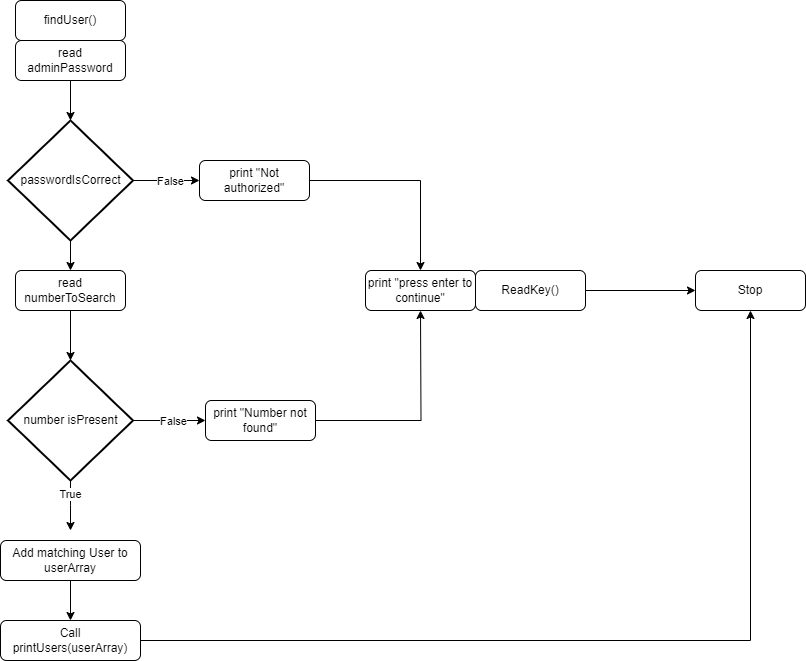
Above: Diagrams/findUser.drawio.png in stoffer123/GF2_Projekt (draw.io), before the change. Source tidied: cells renumbered, new cells last; positions are measured from the earlier drawing's top-left corner, leaving out a move shared by most shapes.
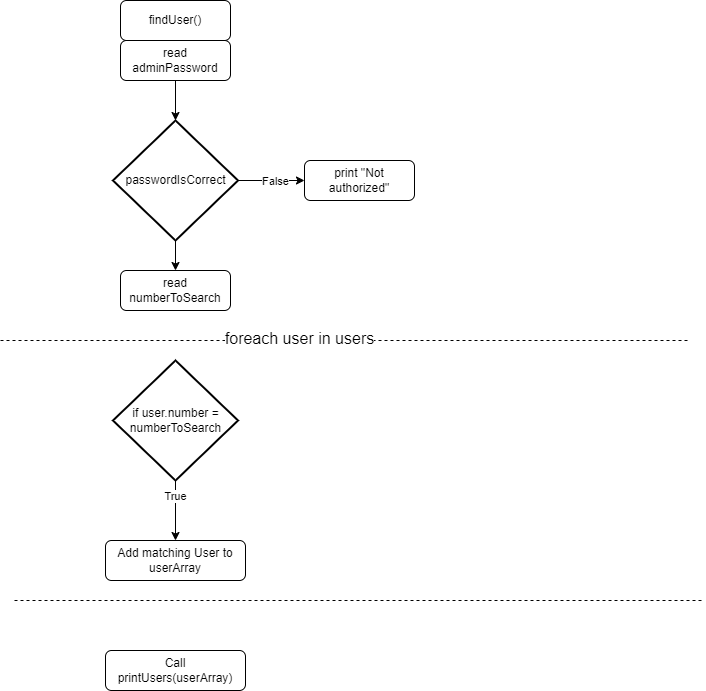
After the change.

What changed in the source:
```diff
@@ -23,66 +23,41 @@
     <mxCell id="8" style="edgeStyle=orthogonalEdgeStyle;rounded=0;jettySize=auto;html=1;entryX=0.5;entryY=0;entryDx=0;entryDy=0;entryPerimeter=0;" parent="1" edge="1" source="3" target="7">
       <mxGeometry relative="1" as="geometry" />
     </mxCell>
-    <mxCell id="9" style="edgeStyle=orthogonalEdgeStyle;rounded=0;jettySize=auto;html=1;" parent="1" edge="1" source="10" target="12">
-      <mxGeometry relative="1" as="geometry" />
-    </mxCell>
     <mxCell id="10" value="print &quot;Not authorized&quot;" style="rounded=1;whiteSpace=wrap;html=1;" parent="1" vertex="1">
       <mxGeometry x="199" y="160" width="110" height="40" as="geometry" />
     </mxCell>
-    <mxCell id="11" style="edgeStyle=orthogonalEdgeStyle;rounded=0;jettySize=auto;html=1;" parent="1" edge="1" source="23" target="22">
-      <mxGeometry relative="1" as="geometry" />
-    </mxCell>
-    <mxCell id="12" value="print &quot;press enter to continue&quot;" style="rounded=1;whiteSpace=wrap;html=1;" parent="1" vertex="1">
-      <mxGeometry x="365" y="270" width="110" height="40" as="geometry" />
-    </mxCell>
     <mxCell id="13" value="read numberToSearch" style="rounded=1;whiteSpace=wrap;html=1;" parent="1" vertex="1">
       <mxGeometry x="15" y="270" width="110" height="40" as="geometry" />
     </mxCell>
-    <mxCell id="14" style="edgeStyle=orthogonalEdgeStyle;rounded=0;jettySize=auto;html=1;" parent="1" edge="1" source="16" target="19">
-      <mxGeometry relative="1" as="geometry" />
-    </mxCell>
-    <mxCell id="15" value="False" style="edgeLabel;html=1;align=center;verticalAlign=middle;" parent="14" vertex="1">
-      <mxGeometry x="0.1" relative="1" as="geometry" />
-    </mxCell>
-    <mxCell id="16" value="number isPresent" style="strokeWidth=2;html=1;shape=mxgraph.flowchart.decision;whiteSpace=wrap;" parent="1" vertex="1">
+    <mxCell id="16" value="if user.number = numberToSearch" style="strokeWidth=2;html=1;shape=mxgraph.flowchart.decision;whiteSpace=wrap;" parent="1" vertex="1">
       <mxGeometry x="7.5" y="360" width="125" height="120" as="geometry" />
     </mxCell>
-    <mxCell id="17" style="edgeStyle=orthogonalEdgeStyle;rounded=0;jettySize=auto;html=1;entryX=0.5;entryY=0;entryDx=0;entryDy=0;entryPerimeter=0;" parent="1" edge="1" source="13" target="16">
-      <mxGeometry relative="1" as="geometry" />
-    </mxCell>
-    <mxCell id="18" style="edgeStyle=orthogonalEdgeStyle;rounded=0;jettySize=auto;html=1;" parent="1" edge="1" source="19">
-      <mxGeometry relative="1" as="geometry">
-        <mxPoint x="420" y="310" as="targetPoint" />
-      </mxGeometry>
-    </mxCell>
-    <mxCell id="19" value="print &quot;Number not found&quot;" style="rounded=1;whiteSpace=wrap;html=1;" parent="1" vertex="1">
-      <mxGeometry x="205" y="400" width="110" height="40" as="geometry" />
-    </mxCell>
-    <mxCell id="20" style="edgeStyle=orthogonalEdgeStyle;rounded=0;jettySize=auto;html=1;entryX=0.5;entryY=0;entryDx=0;entryDy=0;entryPerimeter=0;" parent="1" edge="1" source="16">
-      <mxGeometry relative="1" as="geometry">
-        <mxPoint x="70" y="530" as="targetPoint" />
-      </mxGeometry>
+    <mxCell id="20" style="edgeStyle=orthogonalEdgeStyle;rounded=0;jettySize=auto;html=1;entryX=0.5;entryY=0;entryDx=0;entryDy=0;" parent="1" edge="1" source="16" target="25">
+      <mxGeometry relative="1" as="geometry" />
     </mxCell>
     <mxCell id="21" value="True" style="edgeLabel;html=1;align=center;verticalAlign=middle;" parent="20" vertex="1">
       <mxGeometry x="-0.49" y="-1" relative="1" as="geometry" />
     </mxCell>
-    <mxCell id="22" value="Stop" style="rounded=1;whiteSpace=wrap;html=1;" parent="1" vertex="1">
-      <mxGeometry x="695" y="270" width="110" height="40" as="geometry" />
-    </mxCell>
-    <mxCell id="23" value="ReadKey()" style="rounded=1;whiteSpace=wrap;html=1;" parent="1" vertex="1">
-      <mxGeometry x="475" y="270" width="110" height="40" as="geometry" />
-    </mxCell>
-    <mxCell id="24" style="edgeStyle=orthogonalEdgeStyle;rounded=0;jettySize=auto;html=1;entryX=0.5;entryY=0;entryDx=0;entryDy=0;" parent="1" edge="1" source="25" target="27">
-      <mxGeometry relative="1" as="geometry" />
-    </mxCell>
     <mxCell id="25" value="Add matching User to userArray" style="rounded=1;whiteSpace=wrap;html=1;" parent="1" vertex="1">
       <mxGeometry y="540" width="140" height="40" as="geometry" />
     </mxCell>
-    <mxCell id="26" style="edgeStyle=orthogonalEdgeStyle;rounded=0;jettySize=auto;html=1;entryX=0.5;entryY=1;entryDx=0;entryDy=0;" parent="1" edge="1" source="27" target="22">
-      <mxGeometry relative="1" as="geometry" />
-    </mxCell>
     <mxCell id="27" value="Call printUsers(userArray)" style="rounded=1;whiteSpace=wrap;html=1;" parent="1" vertex="1">
-      <mxGeometry y="620" width="140" height="40" as="geometry" />
+      <mxGeometry y="650" width="140" height="40" as="geometry" />
     </mxCell>
+    <mxCell id="28" style="endArrow=none;dashed=1;html=1;rounded=0;" parent="1" edge="1">
+      <mxGeometry relative="1" as="geometry">
+        <mxPoint x="-105" y="340" as="sourcePoint" />
+        <mxPoint x="585" y="340" as="targetPoint" />
+      </mxGeometry>
+    </mxCell>
+    <mxCell id="29" value="&lt;font style=&quot;font-size: 16px;&quot;&gt;foreach user in users&lt;/font&gt;" style="edgeLabel;html=1;align=center;verticalAlign=middle;" parent="28" vertex="1">
+      <mxGeometry x="-0.14" y="3" relative="1" as="geometry" />
+    </mxCell>
+    <mxCell id="30" style="endArrow=none;dashed=1;html=1;rounded=0;" parent="1" edge="1">
+      <mxGeometry relative="1" as="geometry">
+        <mxPoint x="-91" y="600" as="sourcePoint" />
+        <mxPoint x="599" y="600" as="targetPoint" />
+      </mxGeometry>
+    </mxCell>
   </root>
 </mxGraphModel>
```
